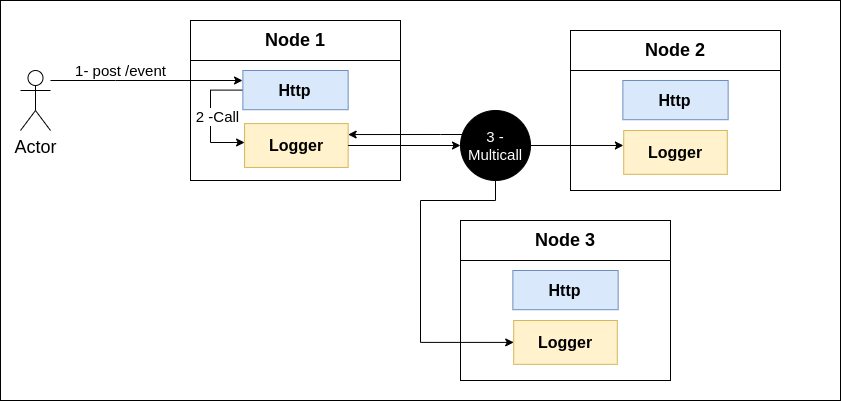
The draw.io diagram exdocs_assets/cluster-diagram.png in oliveigah/distributed-logger, before a commit. Source tidied: cells renumbered, new cells last; positions are measured from the earlier drawing's top-left corner, leaving out a move shared by most shapes.
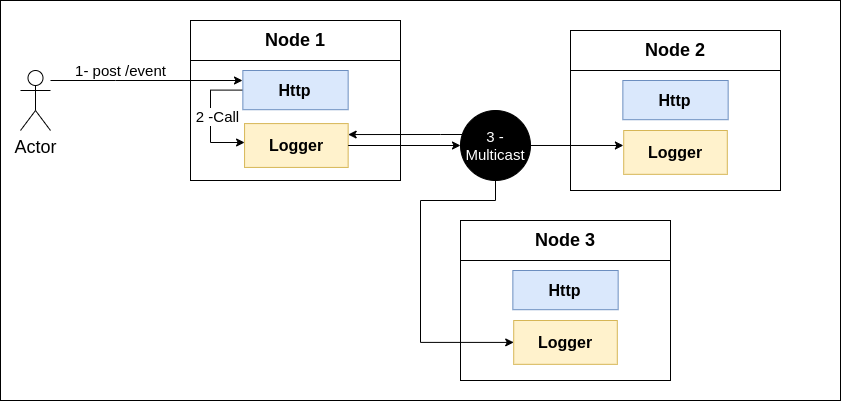
After the change.

What changed in the source:
```diff
@@ -106,7 +106,7 @@
     <mxCell id="28" style="edgeStyle=orthogonalEdgeStyle;rounded=0;jettySize=auto;html=1;entryX=-0.003;entryY=0.342;entryDx=0;entryDy=0;entryPerimeter=0;fontSize=15;fontColor=#FFFFFF;" parent="1" edge="1" source="29" target="6">
       <mxGeometry relative="1" as="geometry" />
     </mxCell>
-    <mxCell id="29" value="3 -&lt;br&gt;Multicall" style="ellipse;whiteSpace=wrap;html=1;strokeWidth=1;fontSize=15;labelBackgroundColor=none;fillColor=#000000;fontColor=#FFFFFF;" parent="1" vertex="1">
+    <mxCell id="29" value="3 -&lt;br&gt;Multicast" style="ellipse;whiteSpace=wrap;html=1;strokeWidth=1;fontSize=15;labelBackgroundColor=none;fillColor=#000000;fontColor=#FFFFFF;" parent="1" vertex="1">
       <mxGeometry x="460" y="110" width="70" height="70" as="geometry" />
     </mxCell>
     <mxCell id="30" style="edgeStyle=orthogonalEdgeStyle;rounded=0;jettySize=auto;html=1;entryX=0;entryY=0.5;entryDx=0;entryDy=0;fontSize=15;fontColor=#FFFFFF;" parent="1" edge="1" source="19" target="29">
```
